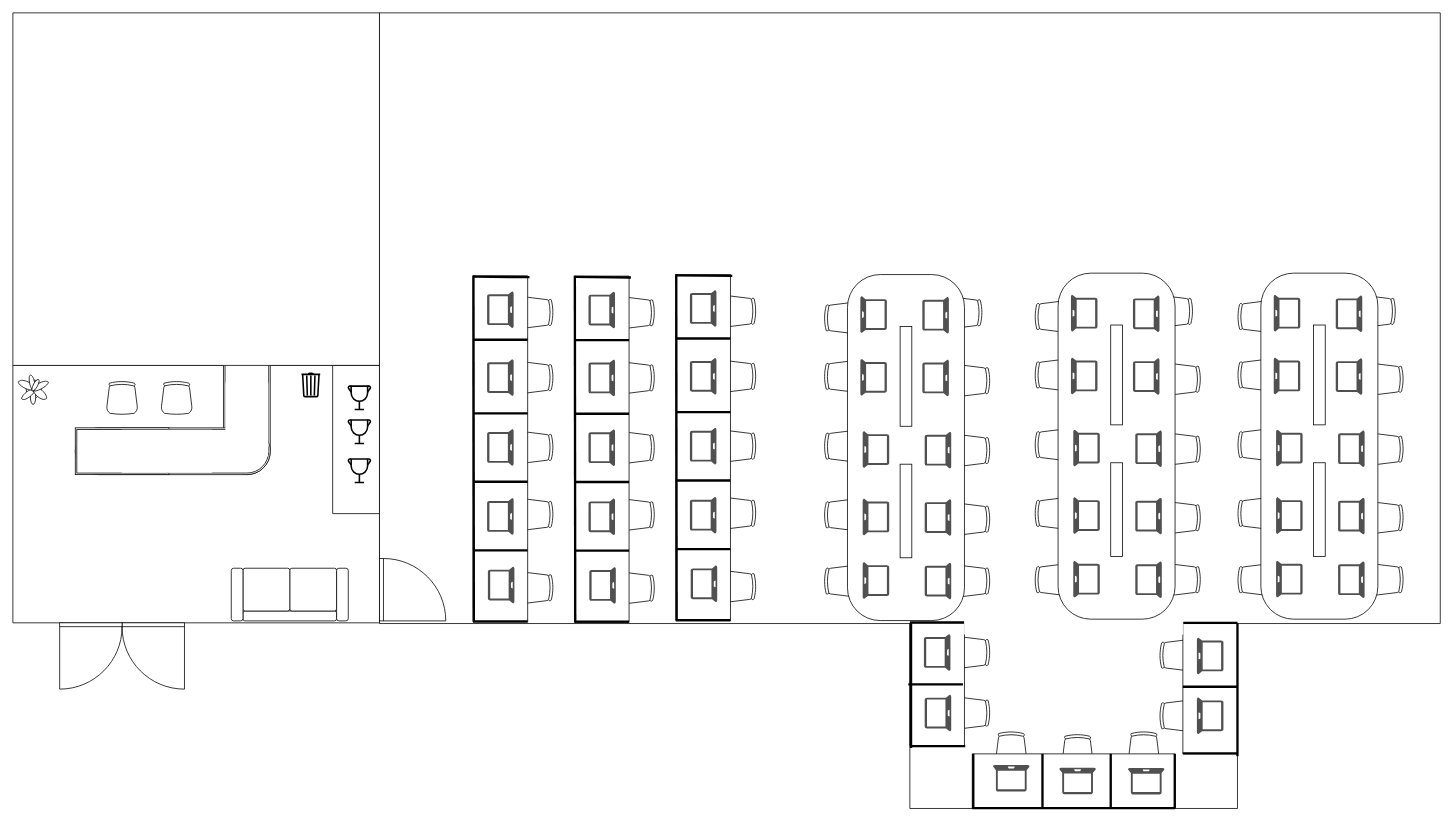
Above: OLD Floor layout.drawio in Bagay-0037/visuals (draw.io), before the change. Source tidied: cells renumbered, new cells numbered last; positions are measured from the earlier drawing's top-left corner, leaving out a move shared by most shapes. Both pictures are drawn from the tidied source at 78%, with x=0, y=0 at pixel (12, 12).
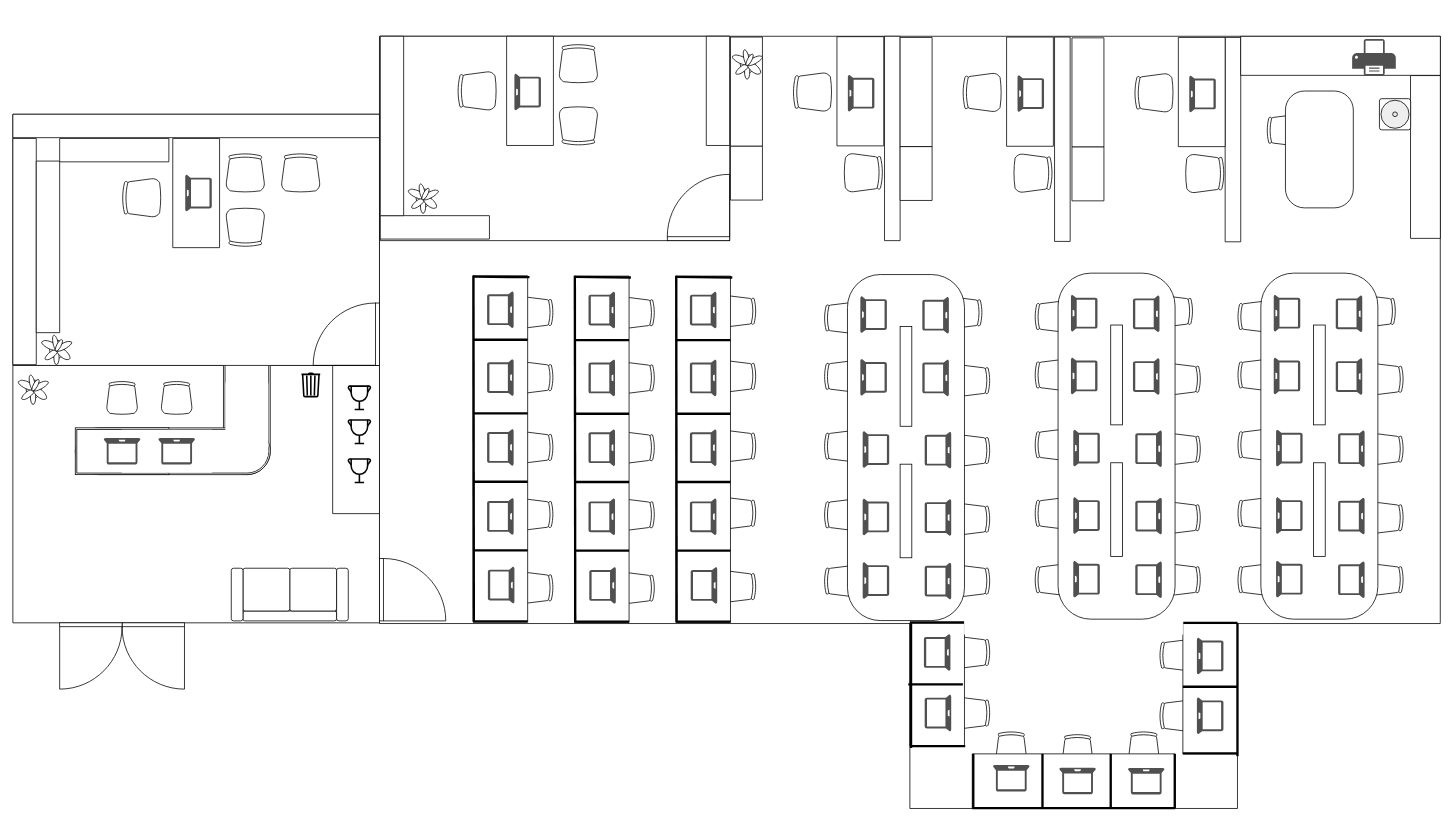
The same diagram, later.

Diff of the diagram source:
```diff
@@
     <mxCell id="2" style="verticalLabelPosition=bottom;verticalAlign=top;html=1;shape=mxgraph.basic.rect;fillColor2=none;strokeWidth=1;size=20;indent=5;strokeColor=light-dark(#000000, #32a0ff);" parent="1" vertex="1">
-      <mxGeometry x="470" width="1360" height="782.9" as="geometry" />
+      <mxGeometry x="470" y="30" width="1360" height="752.9" as="geometry" />
     </mxCell>
@@
     <mxCell id="20" style="verticalLabelPosition=bottom;verticalAlign=top;html=1;shape=mxgraph.basic.rect;fillColor2=none;strokeWidth=1;size=20;indent=5;strokeColor=light-dark(#000000, #32a0ff);" parent="1" vertex="1">
-      <mxGeometry width="470" height="452" as="geometry" />
+      <mxGeometry y="130" width="470" height="322" as="geometry" />
     </mxCell>
@@
     <mxCell id="63" style="verticalLabelPosition=bottom;verticalAlign=top;html=1;shape=mxgraph.basic.rect;fillColor2=none;strokeWidth=1;size=20;indent=5;strokeColor=light-dark(#000000, #32a0ff);" parent="1" vertex="1">
-      <mxGeometry x="850" y="335.5" width="70" height="444" as="geometry" />
+      <mxGeometry x="850" y="337.5" width="70" height="444" as="geometry" />
     </mxCell>
     <mxCell id="64" style="endArrow=none;html=1;rounded=0;strokeWidth=3;" parent="1" edge="1">
       <mxGeometry relative="1" as="geometry">
-        <mxPoint x="850" y="778.5" as="sourcePoint" />
-        <mxPoint x="920" y="778.5" as="targetPoint" />
+        <mxPoint x="850" y="780.5" as="sourcePoint" />
+        <mxPoint x="920" y="780.5" as="targetPoint" />
       </mxGeometry>
     </mxCell>
     <mxCell id="65" style="endArrow=none;html=1;rounded=0;strokeWidth=3;" parent="1" edge="1">
       <mxGeometry relative="1" as="geometry">
-        <mxPoint x="850" y="687.5" as="sourcePoint" />
-        <mxPoint x="920" y="687.5" as="targetPoint" />
+        <mxPoint x="850" y="689.5" as="sourcePoint" />
+        <mxPoint x="920" y="689.5" as="targetPoint" />
       </mxGeometry>
     </mxCell>
     <mxCell id="66" style="endArrow=none;html=1;rounded=0;strokeWidth=3;" parent="1" edge="1">
       <mxGeometry relative="1" as="geometry">
-        <mxPoint x="850" y="599.5" as="sourcePoint" />
-        <mxPoint x="920" y="599.5" as="targetPoint" />
+        <mxPoint x="850" y="601.5" as="sourcePoint" />
+        <mxPoint x="920" y="601.5" as="targetPoint" />
       </mxGeometry>
     </mxCell>
     <mxCell id="67" style="endArrow=none;html=1;rounded=0;strokeWidth=3;" parent="1" edge="1">
       <mxGeometry relative="1" as="geometry">
-        <mxPoint x="850" y="511.9" as="sourcePoint" />
-        <mxPoint x="920" y="511.9" as="targetPoint" />
+        <mxPoint x="850" y="513.9" as="sourcePoint" />
+        <mxPoint x="920" y="513.9" as="targetPoint" />
       </mxGeometry>
     </mxCell>
     <mxCell id="68" style="endArrow=none;html=1;rounded=0;strokeWidth=3;" parent="1" edge="1">
       <mxGeometry relative="1" as="geometry">
-        <mxPoint x="850" y="417.5" as="sourcePoint" />
-        <mxPoint x="920" y="417.5" as="targetPoint" />
+        <mxPoint x="850" y="419.5" as="sourcePoint" />
+        <mxPoint x="920" y="419.5" as="targetPoint" />
       </mxGeometry>
     </mxCell>
     <mxCell id="69" style="endArrow=none;html=1;rounded=0;strokeWidth=3;exitX=0.007;exitY=-0.001;exitDx=0;exitDy=0;exitPerimeter=0;" parent="1" edge="1" source="63">
       <mxGeometry relative="1" as="geometry">
-        <mxPoint x="851" y="778.5" as="targetPoint" />
+        <mxPoint x="851" y="780.5" as="targetPoint" />
       </mxGeometry>
     </mxCell>
     <mxCell id="70" style="endArrow=none;html=1;rounded=0;strokeWidth=3;entryX=1.033;entryY=0.004;entryDx=0;entryDy=0;entryPerimeter=0;" parent="1" edge="1" target="63">
       <mxGeometry relative="1" as="geometry">
-        <mxPoint x="850" y="336.5" as="sourcePoint" />
+        <mxPoint x="850" y="338.5" as="sourcePoint" />
       </mxGeometry>
     </mxCell>
     <mxCell id="71" style="sketch=0;shadow=0;dashed=0;html=1;strokeColor=none;fillColor=#505050;labelPosition=center;verticalLabelPosition=bottom;verticalAlign=top;align=center;shape=mxgraph.office.devices.laptop;direction=north;" parent="1" vertex="1">
-      <mxGeometry x="868" y="355.5" width="34" height="47" as="geometry" />
+      <mxGeometry x="868" y="357.5" width="34" height="47" as="geometry" />
     </mxCell>
     <mxCell id="72" style="sketch=0;shadow=0;dashed=0;html=1;strokeColor=none;fillColor=#505050;labelPosition=center;verticalLabelPosition=bottom;verticalAlign=top;align=center;shape=mxgraph.office.devices.laptop;direction=north;" parent="1" vertex="1">
-      <mxGeometry x="868" y="442.5" width="34" height="47" as="geometry" />
+      <mxGeometry x="868" y="444.5" width="34" height="47" as="geometry" />
     </mxCell>
     <mxCell id="73" style="sketch=0;shadow=0;dashed=0;html=1;strokeColor=none;fillColor=#505050;labelPosition=center;verticalLabelPosition=bottom;verticalAlign=top;align=center;shape=mxgraph.office.devices.laptop;direction=north;" parent="1" vertex="1">
-      <mxGeometry x="868" y="532" width="34" height="47" as="geometry" />
+      <mxGeometry x="868" y="534" width="34" height="47" as="geometry" />
     </mxCell>
     <mxCell id="74" style="sketch=0;shadow=0;dashed=0;html=1;strokeColor=none;fillColor=#505050;labelPosition=center;verticalLabelPosition=bottom;verticalAlign=top;align=center;shape=mxgraph.office.devices.laptop;direction=north;" parent="1" vertex="1">
-      <mxGeometry x="868" y="620.5" width="34" height="47" as="geometry" />
+      <mxGeometry x="868" y="622.5" width="34" height="47" as="geometry" />
     </mxCell>
     <mxCell id="75" style="sketch=0;shadow=0;dashed=0;html=1;strokeColor=none;fillColor=#505050;labelPosition=center;verticalLabelPosition=bottom;verticalAlign=top;align=center;shape=mxgraph.office.devices.laptop;direction=north;" parent="1" vertex="1">
-      <mxGeometry x="869" y="708.5" width="34" height="47" as="geometry" />
+      <mxGeometry x="869" y="710.5" width="34" height="47" as="geometry" />
     </mxCell>
@@
+    <mxCell id="177" style="verticalLabelPosition=bottom;verticalAlign=top;html=1;shape=mxgraph.basic.rect;fillColor2=none;strokeWidth=1;size=20;indent=5;strokeColor=light-dark(#000000, #32a0ff);" parent="1" vertex="1">
+      <mxGeometry x="471" y="30" width="448" height="262" as="geometry" />
+    </mxCell>
+    <mxCell id="178" style="verticalLabelPosition=bottom;verticalAlign=top;html=1;shape=mxgraph.basic.rect;fillColor2=none;strokeWidth=1;size=20;indent=5;strokeColor=light-dark(#000000, #32a0ff);" parent="1" vertex="1">
+      <mxGeometry x="1117.5" y="30" width="20" height="262" as="geometry" />
+    </mxCell>
+    <mxCell id="179" style="verticalLabelPosition=bottom;html=1;verticalAlign=top;align=center;shape=mxgraph.floorplan.office_chair;direction=north;" parent="1" vertex="1">
+      <mxGeometry x="140" y="212" width="50" height="50" as="geometry" />
+    </mxCell>
+    <mxCell id="180" style="verticalLabelPosition=bottom;verticalAlign=top;html=1;shape=mxgraph.basic.rect;fillColor2=none;strokeWidth=1;size=20;indent=5;strokeColor=light-dark(#000000, #32a0ff);" parent="1" vertex="1">
+      <mxGeometry x="205" y="161" width="60" height="140" as="geometry" />
+    </mxCell>
+    <mxCell id="181" style="verticalLabelPosition=bottom;html=1;verticalAlign=top;align=center;shape=mxgraph.floorplan.office_chair;direction=east;" parent="1" vertex="1">
+      <mxGeometry x="273" y="180" width="50" height="50" as="geometry" />
+    </mxCell>
+    <mxCell id="182" style="verticalLabelPosition=bottom;html=1;verticalAlign=top;align=center;shape=mxgraph.floorplan.office_chair;direction=west;rotation=0;" parent="1" vertex="1">
+      <mxGeometry x="273" y="250" width="50" height="50" as="geometry" />
+    </mxCell>
+    <mxCell id="183" style="verticalLabelPosition=bottom;html=1;verticalAlign=top;align=center;shape=mxgraph.floorplan.office_chair;direction=east;" parent="1" vertex="1">
+      <mxGeometry x="344" y="180" width="50" height="50" as="geometry" />
+    </mxCell>
+    <mxCell id="184" style="verticalLabelPosition=bottom;html=1;verticalAlign=top;align=center;shape=mxgraph.floorplan.doorRight;direction=south;" parent="1" vertex="1">
+      <mxGeometry x="385" y="372" width="85" height="80" as="geometry" />
+    </mxCell>
+    <mxCell id="185" style="verticalLabelPosition=bottom;verticalAlign=top;html=1;shape=mxgraph.basic.rect;fillColor2=none;strokeWidth=1;size=20;indent=5;strokeColor=light-dark(#000000, #32a0ff);direction=south;" parent="1" vertex="1">
+      <mxGeometry y="130" width="470" height="30" as="geometry" />
+    </mxCell>
+    <mxCell id="186" style="verticalLabelPosition=bottom;verticalAlign=top;html=1;shape=mxgraph.basic.rect;fillColor2=none;strokeWidth=1;size=20;indent=5;strokeColor=light-dark(#000000, #32a0ff);direction=west;" parent="1" vertex="1">
+      <mxGeometry y="161" width="30" height="290" as="geometry" />
+    </mxCell>
+    <mxCell id="187" style="verticalLabelPosition=bottom;verticalAlign=top;html=1;shape=mxgraph.basic.rect;fillColor2=none;strokeWidth=1;size=20;indent=5;strokeColor=light-dark(#000000, #32a0ff);direction=west;" parent="1" vertex="1">
+      <mxGeometry x="30" y="190" width="30" height="220" as="geometry" />
+    </mxCell>
+    <mxCell id="188" style="verticalLabelPosition=bottom;html=1;verticalAlign=top;align=center;shape=mxgraph.floorplan.plant;" parent="1" vertex="1">
+      <mxGeometry x="40" y="411" width="30" height="40" as="geometry" />
+    </mxCell>
+    <mxCell id="189" style="verticalLabelPosition=bottom;verticalAlign=top;html=1;shape=mxgraph.basic.rect;fillColor2=none;strokeWidth=1;size=20;indent=5;strokeColor=light-dark(#000000, #32a0ff);direction=north;" parent="1" vertex="1">
+      <mxGeometry x="60" y="161" width="140" height="30" as="geometry" />
+    </mxCell>
+    <mxCell id="190" style="verticalLabelPosition=bottom;verticalAlign=top;html=1;shape=mxgraph.basic.rect;fillColor2=none;strokeWidth=1;size=20;indent=5;strokeColor=light-dark(#000000, #32a0ff);" parent="1" vertex="1">
+      <mxGeometry x="1335.5" y="31" width="20" height="262" as="geometry" />
+    </mxCell>
+    <mxCell id="191" style="verticalLabelPosition=bottom;verticalAlign=top;html=1;shape=mxgraph.basic.rect;fillColor2=none;strokeWidth=1;size=20;indent=5;strokeColor=light-dark(#000000, #32a0ff);" parent="1" vertex="1">
+      <mxGeometry x="1554.2" y="31.5" width="20" height="262" as="geometry" />
+    </mxCell>
+    <mxCell id="192" style="verticalLabelPosition=bottom;html=1;verticalAlign=top;align=center;shape=mxgraph.floorplan.doorLeft;direction=west;" parent="1" vertex="1">
+      <mxGeometry x="839" y="207" width="80" height="85" as="geometry" />
+    </mxCell>
+    <mxCell id="193" style="verticalLabelPosition=bottom;verticalAlign=top;html=1;shape=mxgraph.basic.rect;fillColor2=none;strokeWidth=1;size=20;indent=5;strokeColor=light-dark(#000000, #32a0ff);direction=north;" parent="1" vertex="1">
+      <mxGeometry x="471" y="260" width="140" height="30" as="geometry" />
+    </mxCell>
+    <mxCell id="194" style="verticalLabelPosition=bottom;html=1;verticalAlign=top;align=center;shape=mxgraph.floorplan.office_chair;direction=north;" parent="1" vertex="1">
+      <mxGeometry x="570" y="75" width="50" height="50" as="geometry" />
+    </mxCell>
+    <mxCell id="195" style="verticalLabelPosition=bottom;verticalAlign=top;html=1;shape=mxgraph.basic.rect;fillColor2=none;strokeWidth=1;size=20;indent=5;strokeColor=light-dark(#000000, #32a0ff);" parent="1" vertex="1">
+      <mxGeometry x="633" y="30" width="60" height="140" as="geometry" />
+    </mxCell>
+    <mxCell id="196" style="verticalLabelPosition=bottom;html=1;verticalAlign=top;align=center;shape=mxgraph.floorplan.office_chair;direction=east;" parent="1" vertex="1">
+      <mxGeometry x="700" y="40" width="50" height="50" as="geometry" />
+    </mxCell>
+    <mxCell id="197" style="verticalLabelPosition=bottom;html=1;verticalAlign=top;align=center;shape=mxgraph.floorplan.office_chair;direction=west;rotation=0;" parent="1" vertex="1">
+      <mxGeometry x="700" y="120" width="50" height="50" as="geometry" />
+    </mxCell>
+    <mxCell id="198" style="verticalLabelPosition=bottom;verticalAlign=top;html=1;shape=mxgraph.basic.rect;fillColor2=none;strokeWidth=1;size=20;indent=5;strokeColor=light-dark(#000000, #32a0ff);direction=east;" parent="1" vertex="1">
+      <mxGeometry x="889" y="30" width="30" height="140" as="geometry" />
+    </mxCell>
+    <mxCell id="199" style="verticalLabelPosition=bottom;verticalAlign=top;html=1;shape=mxgraph.basic.rect;fillColor2=none;strokeWidth=1;size=20;indent=5;strokeColor=light-dark(#000000, #32a0ff);direction=east;" parent="1" vertex="1">
+      <mxGeometry x="471" y="30" width="30" height="230" as="geometry" />
+    </mxCell>
+    <mxCell id="200" style="verticalLabelPosition=bottom;html=1;verticalAlign=top;align=center;shape=mxgraph.floorplan.plant;" parent="1" vertex="1">
+      <mxGeometry x="510" y="217" width="30" height="40" as="geometry" />
+    </mxCell>
+    <mxCell id="201" style="sketch=0;shadow=0;dashed=0;html=1;strokeColor=none;fillColor=#505050;labelPosition=center;verticalLabelPosition=bottom;verticalAlign=top;align=center;shape=mxgraph.office.devices.laptop;direction=west;" parent="1" vertex="1">
+      <mxGeometry x="116.5" y="545" width="47" height="34" as="geometry" />
+    </mxCell>
+    <mxCell id="202" style="sketch=0;shadow=0;dashed=0;html=1;strokeColor=none;fillColor=#505050;labelPosition=center;verticalLabelPosition=bottom;verticalAlign=top;align=center;shape=mxgraph.office.devices.laptop;direction=west;" parent="1" vertex="1">
+      <mxGeometry x="186.5" y="545" width="47" height="34" as="geometry" />
+    </mxCell>
+    <mxCell id="203" style="sketch=0;shadow=0;dashed=0;html=1;strokeColor=none;fillColor=#505050;labelPosition=center;verticalLabelPosition=bottom;verticalAlign=top;align=center;shape=mxgraph.office.devices.laptop;direction=south;" parent="1" vertex="1">
+      <mxGeometry x="221" y="207.5" width="34" height="47" as="geometry" />
+    </mxCell>
+    <mxCell id="204" style="sketch=0;shadow=0;dashed=0;html=1;strokeColor=none;fillColor=#505050;labelPosition=center;verticalLabelPosition=bottom;verticalAlign=top;align=center;shape=mxgraph.office.devices.laptop;direction=south;" parent="1" vertex="1">
+      <mxGeometry x="643" y="78" width="34" height="47" as="geometry" />
+    </mxCell>
+    <mxCell id="205" style="verticalLabelPosition=bottom;html=1;verticalAlign=top;align=center;shape=mxgraph.floorplan.office_chair;direction=north;" parent="1" vertex="1">
+      <mxGeometry x="1000" y="76.5" width="50" height="50" as="geometry" />
+    </mxCell>
+    <mxCell id="206" style="verticalLabelPosition=bottom;verticalAlign=top;html=1;shape=mxgraph.basic.rect;fillColor2=none;strokeWidth=1;size=20;indent=5;strokeColor=light-dark(#000000, #32a0ff);" parent="1" vertex="1">
+      <mxGeometry x="1056.5" y="30.5" width="60" height="140" as="geometry" />
+    </mxCell>
+    <mxCell id="207" style="sketch=0;shadow=0;dashed=0;html=1;strokeColor=none;fillColor=#505050;labelPosition=center;verticalLabelPosition=bottom;verticalAlign=top;align=center;shape=mxgraph.office.devices.laptop;direction=south;" parent="1" vertex="1">
+      <mxGeometry x="1070.5" y="79.5" width="34" height="47" as="geometry" />
+    </mxCell>
+    <mxCell id="208" style="verticalLabelPosition=bottom;html=1;verticalAlign=top;align=center;shape=mxgraph.floorplan.office_chair;direction=south;" parent="1" vertex="1">
+      <mxGeometry x="1065.5" y="180" width="50" height="50" as="geometry" />
+    </mxCell>
+    <mxCell id="209" style="verticalLabelPosition=bottom;verticalAlign=top;html=1;shape=mxgraph.basic.rect;fillColor2=none;strokeWidth=1;size=20;indent=5;strokeColor=light-dark(#000000, #32a0ff);" parent="1" vertex="1">
+      <mxGeometry x="920" y="31" width="41" height="140" as="geometry" />
+    </mxCell>
+    <mxCell id="210" style="verticalLabelPosition=bottom;verticalAlign=top;html=1;shape=mxgraph.basic.rect;fillColor2=none;strokeWidth=1;size=20;indent=5;strokeColor=light-dark(#000000, #32a0ff);" parent="1" vertex="1">
+      <mxGeometry x="920" y="171" width="41" height="69" as="geometry" />
+    </mxCell>
+    <mxCell id="211" style="verticalLabelPosition=bottom;html=1;verticalAlign=top;align=center;shape=mxgraph.floorplan.plant;" parent="1" vertex="1">
+      <mxGeometry x="925.5" y="45" width="30" height="40" as="geometry" />
+    </mxCell>
+    <mxCell id="212" style="verticalLabelPosition=bottom;html=1;verticalAlign=top;align=center;shape=mxgraph.floorplan.office_chair;direction=north;" parent="1" vertex="1">
+      <mxGeometry x="1217.5" y="77" width="50" height="50" as="geometry" />
+    </mxCell>
+    <mxCell id="213" style="verticalLabelPosition=bottom;verticalAlign=top;html=1;shape=mxgraph.basic.rect;fillColor2=none;strokeWidth=1;size=20;indent=5;strokeColor=light-dark(#000000, #32a0ff);" parent="1" vertex="1">
+      <mxGeometry x="1274" y="31" width="60" height="140" as="geometry" />
+    </mxCell>
+    <mxCell id="214" style="sketch=0;shadow=0;dashed=0;html=1;strokeColor=none;fillColor=#505050;labelPosition=center;verticalLabelPosition=bottom;verticalAlign=top;align=center;shape=mxgraph.office.devices.laptop;direction=south;" parent="1" vertex="1">
+      <mxGeometry x="1288" y="80" width="34" height="47" as="geometry" />
+    </mxCell>
+    <mxCell id="215" style="verticalLabelPosition=bottom;html=1;verticalAlign=top;align=center;shape=mxgraph.floorplan.office_chair;direction=south;" parent="1" vertex="1">
+      <mxGeometry x="1283" y="180.5" width="50" height="50" as="geometry" />
+    </mxCell>
+    <mxCell id="216" style="verticalLabelPosition=bottom;verticalAlign=top;html=1;shape=mxgraph.basic.rect;fillColor2=none;strokeWidth=1;size=20;indent=5;strokeColor=light-dark(#000000, #32a0ff);" parent="1" vertex="1">
+      <mxGeometry x="1137.5" y="31.5" width="41" height="140" as="geometry" />
+    </mxCell>
+    <mxCell id="217" style="verticalLabelPosition=bottom;verticalAlign=top;html=1;shape=mxgraph.basic.rect;fillColor2=none;strokeWidth=1;size=20;indent=5;strokeColor=light-dark(#000000, #32a0ff);" parent="1" vertex="1">
+      <mxGeometry x="1137.5" y="171.5" width="41" height="69" as="geometry" />
+    </mxCell>
+    <mxCell id="218" style="verticalLabelPosition=bottom;html=1;verticalAlign=top;align=center;shape=mxgraph.floorplan.office_chair;direction=north;" parent="1" vertex="1">
+      <mxGeometry x="1437.8" y="77.5" width="50" height="50" as="geometry" />
+    </mxCell>
+    <mxCell id="219" style="verticalLabelPosition=bottom;verticalAlign=top;html=1;shape=mxgraph.basic.rect;fillColor2=none;strokeWidth=1;size=20;indent=5;strokeColor=light-dark(#000000, #32a0ff);" parent="1" vertex="1">
+      <mxGeometry x="1494.2" y="31.5" width="60" height="140" as="geometry" />
+    </mxCell>
+    <mxCell id="220" style="sketch=0;shadow=0;dashed=0;html=1;strokeColor=none;fillColor=#505050;labelPosition=center;verticalLabelPosition=bottom;verticalAlign=top;align=center;shape=mxgraph.office.devices.laptop;direction=south;" parent="1" vertex="1">
+      <mxGeometry x="1508.2" y="80.5" width="34" height="47" as="geometry" />
+    </mxCell>
+    <mxCell id="221" style="verticalLabelPosition=bottom;html=1;verticalAlign=top;align=center;shape=mxgraph.floorplan.office_chair;direction=south;" parent="1" vertex="1">
+      <mxGeometry x="1503.2" y="181" width="50" height="50" as="geometry" />
+    </mxCell>
+    <mxCell id="222" style="verticalLabelPosition=bottom;verticalAlign=top;html=1;shape=mxgraph.basic.rect;fillColor2=none;strokeWidth=1;size=20;indent=5;strokeColor=light-dark(#000000, #32a0ff);" parent="1" vertex="1">
+      <mxGeometry x="1357.8" y="32" width="41" height="140" as="geometry" />
+    </mxCell>
+    <mxCell id="223" style="verticalLabelPosition=bottom;verticalAlign=top;html=1;shape=mxgraph.basic.rect;fillColor2=none;strokeWidth=1;size=20;indent=5;strokeColor=light-dark(#000000, #32a0ff);" parent="1" vertex="1">
+      <mxGeometry x="1357.8" y="172" width="41" height="69" as="geometry" />
+    </mxCell>
+    <mxCell id="224" style="rounded=1;whiteSpace=wrap;html=1;direction=west;arcSize=0;" parent="1" vertex="1">
+      <mxGeometry x="1574.2" y="30" width="255.8" height="50" as="geometry" />
+    </mxCell>
+    <mxCell id="225" style="rounded=1;whiteSpace=wrap;html=1;direction=north;arcSize=0;" parent="1" vertex="1">
+      <mxGeometry x="1792" y="80.5" width="38" height="208.5" as="geometry" />
+    </mxCell>
+    <mxCell id="226" style="verticalLabelPosition=bottom;html=1;verticalAlign=top;align=center;shape=mxgraph.floorplan.office_chair;direction=north;" parent="1" vertex="1">
+      <mxGeometry x="1607.5" y="130.5" width="43" height="40" as="geometry" />
+    </mxCell>
+    <mxCell id="227" style="rounded=1;whiteSpace=wrap;html=1;direction=south;arcSize=28;" parent="1" vertex="1">
+      <mxGeometry x="1631.5" y="100.2" width="87" height="149.8" as="geometry" />
+    </mxCell>
+    <mxCell id="228" style="verticalLabelPosition=bottom;html=1;verticalAlign=top;align=center;shape=mxgraph.floorplan.water_cooler;" parent="1" vertex="1">
+      <mxGeometry x="1752" y="110" width="40" height="40" as="geometry" />
+    </mxCell>
+    <mxCell id="229" style="sketch=0;shadow=0;dashed=0;html=1;strokeColor=none;fillColor=#505050;labelPosition=center;verticalLabelPosition=bottom;verticalAlign=top;align=center;shape=mxgraph.office.devices.printer;" parent="1" vertex="1">
+      <mxGeometry x="1717" y="33.5" width="56" height="47" as="geometry" />
+    </mxCell>
```
